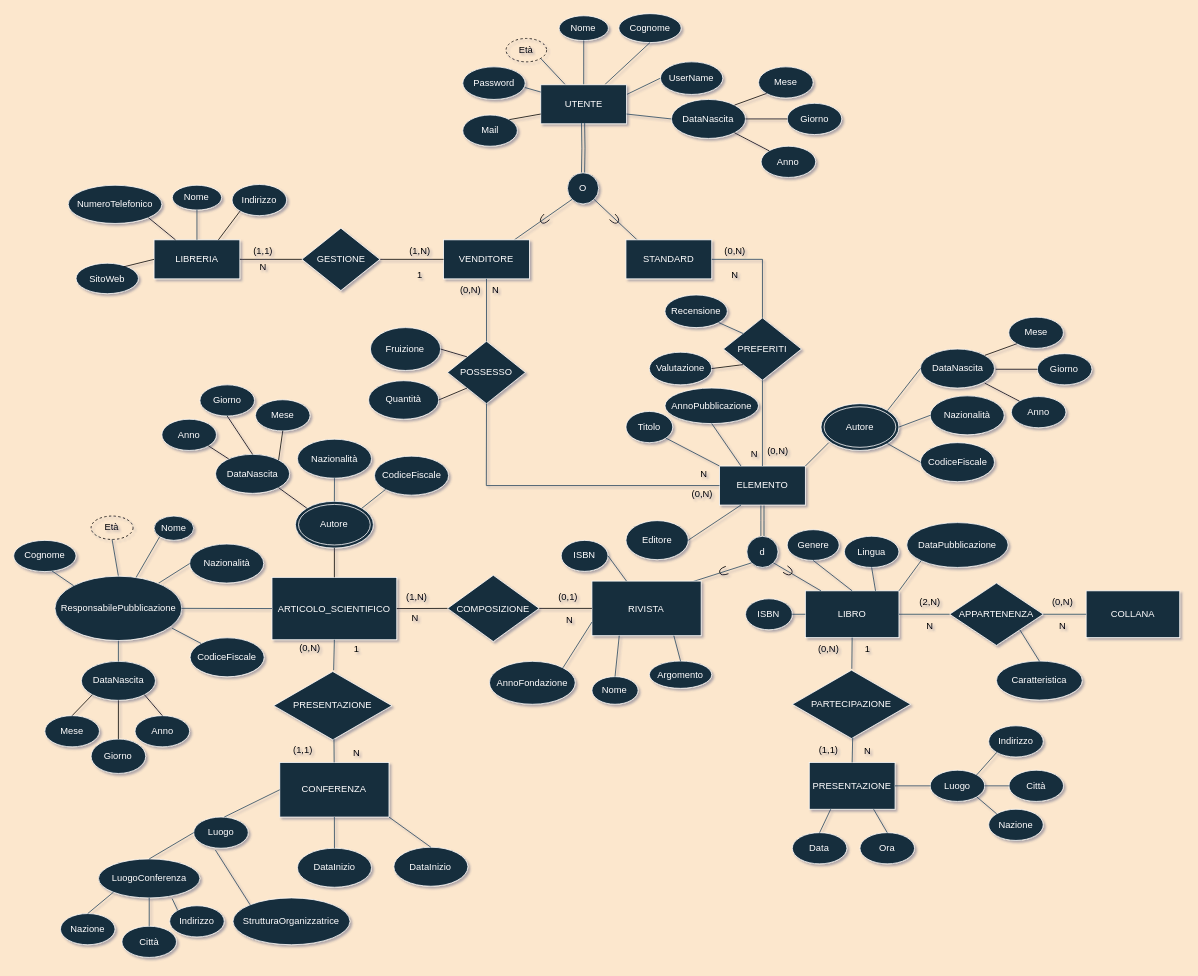
This is Copia di diagrammaER_v1.2.1.drawio from Giovk/Sistema-di-una-Bibleoteca-Digitale, a draw.io file, before an edit. Source tidied: cells renumbered, new cells numbered last; positions are measured from the earlier drawing's top-left corner, leaving out a move shared by most shapes. Both pictures are drawn from the tidied source at 78%, with x=0, y=0 at pixel (13, 13).
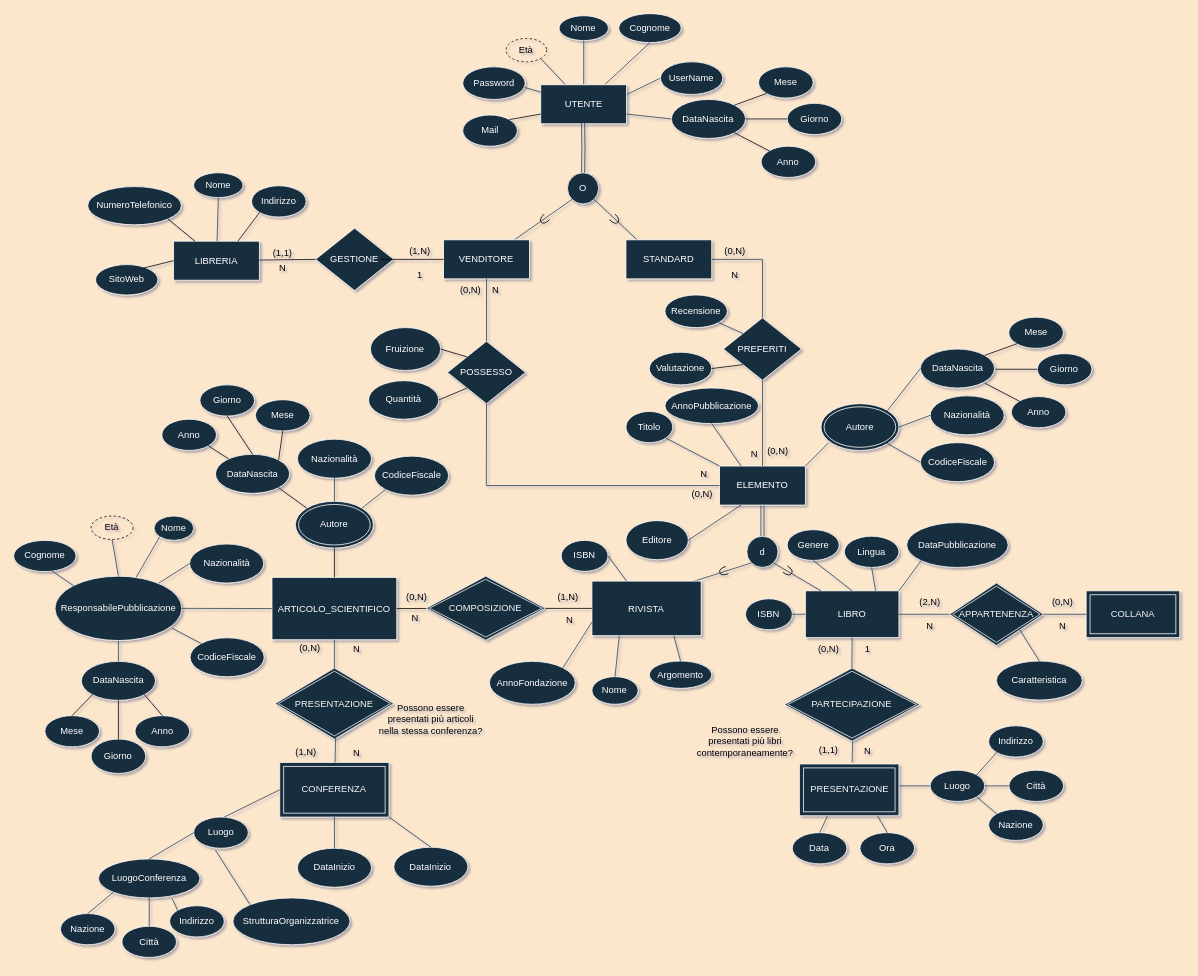
The same diagram, later.

The change refers to these unchanged cells:
```xml
<mxCell id="4" value="ARTICOLO_SCIENTIFICO" style="rounded=0;whiteSpace=wrap;html=1;fillColor=#182E3E;strokeColor=#FFFFFF;fontColor=#FFFFFF;" parent="1" vertex="1">
  <mxGeometry x="331.2" y="722.7" width="160" height="80" as="geometry" />
</mxCell>
<mxCell id="5" value="LIBRO" style="rounded=0;whiteSpace=wrap;html=1;fillColor=#182E3E;strokeColor=#FFFFFF;fontColor=#FFFFFF;" parent="1" vertex="1">
  <mxGeometry x="1015" y="740" width="120" height="60" as="geometry" />
</mxCell>
<mxCell id="20" value="Luogo" style="ellipse;whiteSpace=wrap;html=1;fillColor=#182E3E;strokeColor=#FFFFFF;fontColor=#FFFFFF;" parent="1" vertex="1">
  <mxGeometry x="1175" y="970" width="70" height="40" as="geometry" />
</mxCell>
<mxCell id="29" value="Data" style="ellipse;whiteSpace=wrap;html=1;fillColor=#182E3E;strokeColor=#FFFFFF;fontColor=#FFFFFF;" parent="1" vertex="1">
  <mxGeometry x="998.3" y="1050" width="70" height="40" as="geometry" />
</mxCell>
<mxCell id="60" value="Ora" style="ellipse;whiteSpace=wrap;html=1;fillColor=#182E3E;strokeColor=#FFFFFF;fontColor=#FFFFFF;" parent="1" vertex="1">
  <mxGeometry x="1085" y="1050" width="70" height="40" as="geometry" />
</mxCell>
<mxCell id="62" value="RIVISTA" style="rounded=0;whiteSpace=wrap;html=1;fillColor=#182E3E;strokeColor=#FFFFFF;fontColor=#FFFFFF;" parent="1" vertex="1">
  <mxGeometry x="741.4" y="727.5" width="140" height="70" as="geometry" />
</mxCell>
```

The edit, as a diff of the source:
```diff
@@
-    <mxCell id="21" value="COLLANA" style="rounded=0;whiteSpace=wrap;html=1;fillColor=#182E3E;strokeColor=#FFFFFF;fontColor=#FFFFFF;" parent="1" vertex="1">
+    <mxCell id="21" value="COLLANA" style="shape=ext;margin=3;double=1;whiteSpace=wrap;html=1;align=center;fillStyle=auto;strokeColor=#F5F5F5;fontColor=#F5F5F5;fillColor=#182E3E;" parent="1" vertex="1">
       <mxGeometry x="1375" y="740" width="120" height="60" as="geometry" />
     </mxCell>
-    <mxCell id="22" value="APPARTENENZA" style="rhombus;whiteSpace=wrap;html=1;fillColor=#182E3E;strokeColor=#FFFFFF;fontColor=#FFFFFF;" parent="1" vertex="1">
+    <mxCell id="22" value="&lt;font color=&quot;#f5f5f5&quot;&gt;APPARTENENZA&lt;/font&gt;" style="shape=rhombus;double=1;perimeter=rhombusPerimeter;whiteSpace=wrap;html=1;align=center;fillColor=#182E3E;fillStyle=auto;strokeColor=#F5F5F5;" parent="1" vertex="1">
       <mxGeometry x="1200" y="730" width="120" height="80" as="geometry" />
     </mxCell>
@@
-    <mxCell id="28" value="PRESENTAZIONE" style="rounded=0;whiteSpace=wrap;html=1;fillColor=#182E3E;strokeColor=#FFFFFF;fontColor=#FFFFFF;" parent="1" vertex="1">
-      <mxGeometry x="1020" y="960" width="110" height="60" as="geometry" />
-    </mxCell>
@@
-    <mxCell id="30" style="endArrow=none;html=1;rounded=0;entryX=0;entryY=0.5;entryDx=0;entryDy=0;exitX=1;exitY=0.5;exitDx=0;exitDy=0;labelBackgroundColor=#FCE7CD;strokeColor=#23445D;fontColor=#000000;" parent="1" edge="1" source="28" target="20">
-      <mxGeometry relative="1" as="geometry" />
+    <mxCell id="30" style="endArrow=none;html=1;rounded=0;entryX=0;entryY=0.5;entryDx=0;entryDy=0;exitX=1;exitY=0.5;exitDx=0;exitDy=0;labelBackgroundColor=#FCE7CD;strokeColor=#23445D;fontColor=#000000;" parent="1" edge="1" target="20">
+      <mxGeometry relative="1" as="geometry">
+        <mxPoint x="1130" y="990" as="sourcePoint" />
+      </mxGeometry>
     </mxCell>
-    <mxCell id="31" style="endArrow=none;html=1;rounded=0;exitX=0.5;exitY=0;exitDx=0;exitDy=0;entryX=0.25;entryY=1;entryDx=0;entryDy=0;labelBackgroundColor=#FCE7CD;strokeColor=#23445D;" parent="1" edge="1" source="29" target="28">
-      <mxGeometry relative="1" as="geometry" />
+    <mxCell id="31" style="endArrow=none;html=1;rounded=0;exitX=0.5;exitY=0;exitDx=0;exitDy=0;entryX=0.25;entryY=1;entryDx=0;entryDy=0;labelBackgroundColor=#FCE7CD;strokeColor=#23445D;" parent="1" edge="1" source="29">
+      <mxGeometry relative="1" as="geometry">
+        <mxPoint x="1047.5" y="1020" as="targetPoint" />
+      </mxGeometry>
     </mxCell>
@@
-    <mxCell id="35" value="PARTECIPAZIONE" style="html=1;whiteSpace=wrap;shape=isoRectangle;fillColor=#182E3E;strokeColor=#FFFFFF;fontColor=#FFFFFF;" parent="1" vertex="1">
-      <mxGeometry x="998.3" y="840" width="151.7" height="91" as="geometry" />
-    </mxCell>
-    <mxCell id="36" style="endArrow=none;html=1;rounded=0;entryX=0.5;entryY=1;entryDx=0;entryDy=0;labelBackgroundColor=#FCE7CD;strokeColor=#23445D;fontColor=#000000;" parent="1" edge="1" source="35" target="5">
-      <mxGeometry relative="1" as="geometry" />
+    <mxCell id="36" style="endArrow=none;html=1;rounded=0;entryX=0.5;entryY=1;entryDx=0;entryDy=0;labelBackgroundColor=#FCE7CD;strokeColor=#23445D;fontColor=#000000;" parent="1" edge="1" target="5">
+      <mxGeometry relative="1" as="geometry">
+        <mxPoint x="1074.6" y="840" as="sourcePoint" />
+      </mxGeometry>
     </mxCell>
-    <mxCell id="37" style="endArrow=none;html=1;rounded=0;entryX=0.51;entryY=0.968;entryDx=0;entryDy=0;entryPerimeter=0;exitX=0.5;exitY=0;exitDx=0;exitDy=0;labelBackgroundColor=#FCE7CD;strokeColor=#23445D;fontColor=#000000;" parent="1" edge="1" source="28" target="35">
-      <mxGeometry relative="1" as="geometry" />
+    <mxCell id="37" style="endArrow=none;html=1;rounded=0;entryX=0.51;entryY=0.968;entryDx=0;entryDy=0;entryPerimeter=0;exitX=0.5;exitY=0;exitDx=0;exitDy=0;labelBackgroundColor=#FCE7CD;strokeColor=#23445D;fontColor=#000000;" parent="1" edge="1">
+      <mxGeometry relative="1" as="geometry">
+        <mxPoint x="1075" y="960" as="sourcePoint" />
+        <mxPoint x="1075.7" y="928.1" as="targetPoint" />
+      </mxGeometry>
     </mxCell>
@@
-    <mxCell id="61" style="endArrow=none;html=1;rounded=0;exitX=0.5;exitY=0;exitDx=0;exitDy=0;entryX=0.75;entryY=1;entryDx=0;entryDy=0;labelBackgroundColor=#FCE7CD;strokeColor=#23445D;" parent="1" edge="1" source="60" target="28">
-      <mxGeometry relative="1" as="geometry" />
+    <mxCell id="61" style="endArrow=none;html=1;rounded=0;exitX=0.5;exitY=0;exitDx=0;exitDy=0;entryX=0.75;entryY=1;entryDx=0;entryDy=0;labelBackgroundColor=#FCE7CD;strokeColor=#23445D;" parent="1" edge="1" source="60">
+      <mxGeometry relative="1" as="geometry">
+        <mxPoint x="1102.5" y="1020" as="targetPoint" />
+      </mxGeometry>
     </mxCell>
@@
-    <mxCell id="63" value="CONFERENZA" style="rounded=0;whiteSpace=wrap;html=1;fillColor=#182E3E;strokeColor=#FFFFFF;fontColor=#FFFFFF;" parent="1" vertex="1">
+    <mxCell id="63" value="CONFERENZA" style="shape=ext;margin=3;double=1;whiteSpace=wrap;html=1;align=center;fillStyle=auto;strokeColor=#F5F5F5;fontColor=#F5F5F5;fillColor=#182E3E;" parent="1" vertex="1">
       <mxGeometry x="341.2" y="960" width="140" height="70" as="geometry" />
     </mxCell>
@@
     <mxCell id="135" value="GESTIONE" style="rhombus;whiteSpace=wrap;html=1;fillColor=#182E3E;strokeColor=#FFFFFF;fontColor=#FFFFFF;" parent="1" vertex="1">
-      <mxGeometry x="369.5" y="275" width="100" height="80" as="geometry" />
+      <mxGeometry x="387.1" y="275" width="100" height="80" as="geometry" />
     </mxCell>
     <mxCell id="136" value="LIBRERIA" style="rounded=0;whiteSpace=wrap;html=1;fillColor=#182E3E;strokeColor=#FFFFFF;fontColor=#FFFFFF;" parent="1" vertex="1">
-      <mxGeometry x="180" y="290" width="110" height="50" as="geometry" />
+      <mxGeometry x="205" y="291.7" width="110" height="50" as="geometry" />
     </mxCell>
@@
     <mxCell id="139" value="(1,1)" style="text;html=1;strokeColor=none;fillColor=none;align=center;verticalAlign=middle;whiteSpace=wrap;rounded=0;" parent="1" vertex="1">
-      <mxGeometry x="290" y="290" width="60" height="30" as="geometry" />
+      <mxGeometry x="315" y="291.7" width="60" height="30" as="geometry" />
     </mxCell>
@@
     <mxCell id="141" value="N" style="text;html=1;strokeColor=none;fillColor=none;align=center;verticalAlign=middle;whiteSpace=wrap;rounded=0;fontColor=#000000;" parent="1" vertex="1">
-      <mxGeometry x="290" y="310" width="60" height="30" as="geometry" />
+      <mxGeometry x="315" y="311.7" width="60" height="30" as="geometry" />
     </mxCell>
@@
     <mxCell id="143" value="Nome" style="ellipse;whiteSpace=wrap;html=1;fillColor=#182E3E;strokeColor=#FFFFFF;fontColor=#FFFFFF;" parent="1" vertex="1">
-      <mxGeometry x="203.4" y="220" width="63.2" height="31.8" as="geometry" />
+      <mxGeometry x="230.8" y="204" width="63.2" height="31.8" as="geometry" />
     </mxCell>
@@
     <mxCell id="145" value="Indirizzo" style="ellipse;whiteSpace=wrap;html=1;fillColor=#182E3E;strokeColor=#FFFFFF;fontColor=#FFFFFF;" parent="1" vertex="1">
-      <mxGeometry x="280" y="219" width="70" height="40" as="geometry" />
+      <mxGeometry x="305" y="220.7" width="70" height="40" as="geometry" />
     </mxCell>
@@
     <mxCell id="147" value="NumeroTelefonico" style="ellipse;whiteSpace=wrap;html=1;fillColor=#182E3E;strokeColor=#FFFFFF;fontColor=#FFFFFF;" parent="1" vertex="1">
-      <mxGeometry x="70" y="220" width="120" height="49" as="geometry" />
+      <mxGeometry x="95" y="221.7" width="120" height="49" as="geometry" />
     </mxCell>
@@
     <mxCell id="151" value="SitoWeb" style="ellipse;whiteSpace=wrap;html=1;fillColor=#182E3E;strokeColor=#FFFFFF;fontColor=#FFFFFF;" parent="1" vertex="1">
-      <mxGeometry x="80" y="320" width="80" height="39" as="geometry" />
+      <mxGeometry x="105" y="321.7" width="80" height="39" as="geometry" />
     </mxCell>
@@
-    <mxCell id="182" style="endArrow=none;html=1;rounded=0;exitX=0;exitY=0.5;exitDx=0;exitDy=0;" parent="1" edge="1" source="62" target="183">
-      <mxGeometry relative="1" as="geometry" />
+    <mxCell id="182" style="endArrow=none;html=1;rounded=0;exitX=0;exitY=0.5;exitDx=0;exitDy=0;" parent="1" edge="1" source="62">
+      <mxGeometry relative="1" as="geometry">
+        <mxPoint x="673.7" y="762.5" as="targetPoint" />
+      </mxGeometry>
     </mxCell>
-    <mxCell id="183" value="COMPOSIZIONE" style="rhombus;whiteSpace=wrap;html=1;fillColor=#182E3E;strokeColor=#FFFFFF;fontColor=#FFFFFF;" parent="1" vertex="1">
-      <mxGeometry x="556.2" y="720" width="117.5" height="85" as="geometry" />
-    </mxCell>
-    <mxCell id="184" style="endArrow=none;html=1;rounded=0;entryX=0;entryY=0.5;entryDx=0;entryDy=0;exitX=1;exitY=0.5;exitDx=0;exitDy=0;" parent="1" edge="1" source="4" target="183">
-      <mxGeometry relative="1" as="geometry" />
+    <mxCell id="184" style="endArrow=none;html=1;rounded=0;entryX=0;entryY=0.5;entryDx=0;entryDy=0;exitX=1;exitY=0.5;exitDx=0;exitDy=0;" parent="1" edge="1" source="4">
+      <mxGeometry relative="1" as="geometry">
+        <mxPoint x="556.2" y="762.5" as="targetPoint" />
+      </mxGeometry>
     </mxCell>
@@
-    <mxCell id="199" value="PRESENTAZIONE" style="html=1;whiteSpace=wrap;shape=isoRectangle;fillColor=#182E3E;strokeColor=#FFFFFF;fontColor=#FFFFFF;" parent="1" vertex="1">
-      <mxGeometry x="333.3" y="841.7" width="151.7" height="91" as="geometry" />
+    <mxCell id="199" value="&lt;font color=&quot;#f5f5f5&quot;&gt;PRESENTAZIONE&lt;/font&gt;" style="shape=rhombus;double=1;perimeter=rhombusPerimeter;whiteSpace=wrap;html=1;align=center;fillColor=#182E3E;fillStyle=auto;strokeColor=#F5F5F5;" parent="1" vertex="1">
+      <mxGeometry x="335.4" y="839" width="151.7" height="91" as="geometry" />
     </mxCell>
@@
-    <mxCell id="203" value="1" style="text;html=1;strokeColor=none;fillColor=none;align=center;verticalAlign=middle;whiteSpace=wrap;rounded=0;fontColor=#000000;" parent="1" vertex="1">
+    <mxCell id="203" value="N" style="text;html=1;strokeColor=none;fillColor=none;align=center;verticalAlign=middle;whiteSpace=wrap;rounded=0;fontColor=#000000;" parent="1" vertex="1">
       <mxGeometry x="409.5" y="800" width="60" height="30" as="geometry" />
     </mxCell>
@@
-    <mxCell id="205" value="(1,1)" style="text;html=1;strokeColor=none;fillColor=none;align=center;verticalAlign=middle;whiteSpace=wrap;rounded=0;fontColor=#000000;" parent="1" vertex="1">
-      <mxGeometry x="341.2" y="930" width="60" height="30" as="geometry" />
+    <mxCell id="205" value="(1,N)" style="text;html=1;strokeColor=none;fillColor=none;align=center;verticalAlign=middle;whiteSpace=wrap;rounded=0;fontColor=#000000;" parent="1" vertex="1">
+      <mxGeometry x="345.2" y="932" width="60" height="30" as="geometry" />
     </mxCell>
-    <mxCell id="206" value="(1,N)" style="text;html=1;strokeColor=none;fillColor=none;align=center;verticalAlign=middle;whiteSpace=wrap;rounded=0;fontColor=#000000;" parent="1" vertex="1">
+    <mxCell id="206" value="(0,N)" style="text;html=1;strokeColor=none;fillColor=none;align=center;verticalAlign=middle;whiteSpace=wrap;rounded=0;fontColor=#000000;" parent="1" vertex="1">
       <mxGeometry x="487.4" y="732.7" width="60" height="30" as="geometry" />
     </mxCell>
@@
-    <mxCell id="208" value="(0,1)" style="text;html=1;strokeColor=none;fillColor=none;align=center;verticalAlign=middle;whiteSpace=wrap;rounded=0;fontColor=#000000;" parent="1" vertex="1">
+    <mxCell id="208" value="(1,N)" style="text;html=1;strokeColor=none;fillColor=none;align=center;verticalAlign=middle;whiteSpace=wrap;rounded=0;fontColor=#000000;" parent="1" vertex="1">
       <mxGeometry x="681.4" y="732.7" width="60" height="30" as="geometry" />
     </mxCell>
@@
+    <mxCell id="210" value="Possono essere presentati più libri contemporaneamente?" style="text;html=1;strokeColor=none;fillColor=none;align=center;verticalAlign=middle;whiteSpace=wrap;rounded=0;" parent="1" vertex="1">
+      <mxGeometry x="869.2" y="898" width="138.3" height="70" as="geometry" />
+    </mxCell>
+    <mxCell id="211" value="Possono essere presentati più articoli nella stessa conferenza?" style="text;html=1;strokeColor=none;fillColor=none;align=center;verticalAlign=middle;whiteSpace=wrap;rounded=0;" parent="1" vertex="1">
+      <mxGeometry x="465.8" y="870" width="138.3" height="70" as="geometry" />
+    </mxCell>
+    <mxCell id="35" value="&lt;font color=&quot;#f5f5f5&quot;&gt;PARTECIPAZIONE&lt;/font&gt;" style="shape=rhombus;double=1;perimeter=rhombusPerimeter;whiteSpace=wrap;html=1;align=center;fillColor=#182E3E;fillStyle=auto;strokeColor=#F5F5F5;" parent="1" vertex="1">
+      <mxGeometry x="988.3" y="839" width="173.3" height="93.7" as="geometry" />
+    </mxCell>
+    <mxCell id="28" value="PRESENTAZIONE" style="shape=ext;margin=3;double=1;whiteSpace=wrap;html=1;align=center;fillStyle=auto;strokeColor=#F5F5F5;fontColor=#F5F5F5;fillColor=#182E3E;" parent="1" vertex="1">
+      <mxGeometry x="1007.5" y="962" width="127.5" height="66.3" as="geometry" />
+    </mxCell>
+    <mxCell id="183" value="&lt;font color=&quot;#f5f5f5&quot;&gt;COMPOSIZIONE&lt;/font&gt;" style="shape=rhombus;double=1;perimeter=rhombusPerimeter;whiteSpace=wrap;html=1;align=center;fillColor=#182E3E;fillStyle=auto;strokeColor=#F5F5F5;" parent="1" vertex="1">
+      <mxGeometry x="529" y="721.2" width="152.4" height="82" as="geometry" />
+    </mxCell>
```
